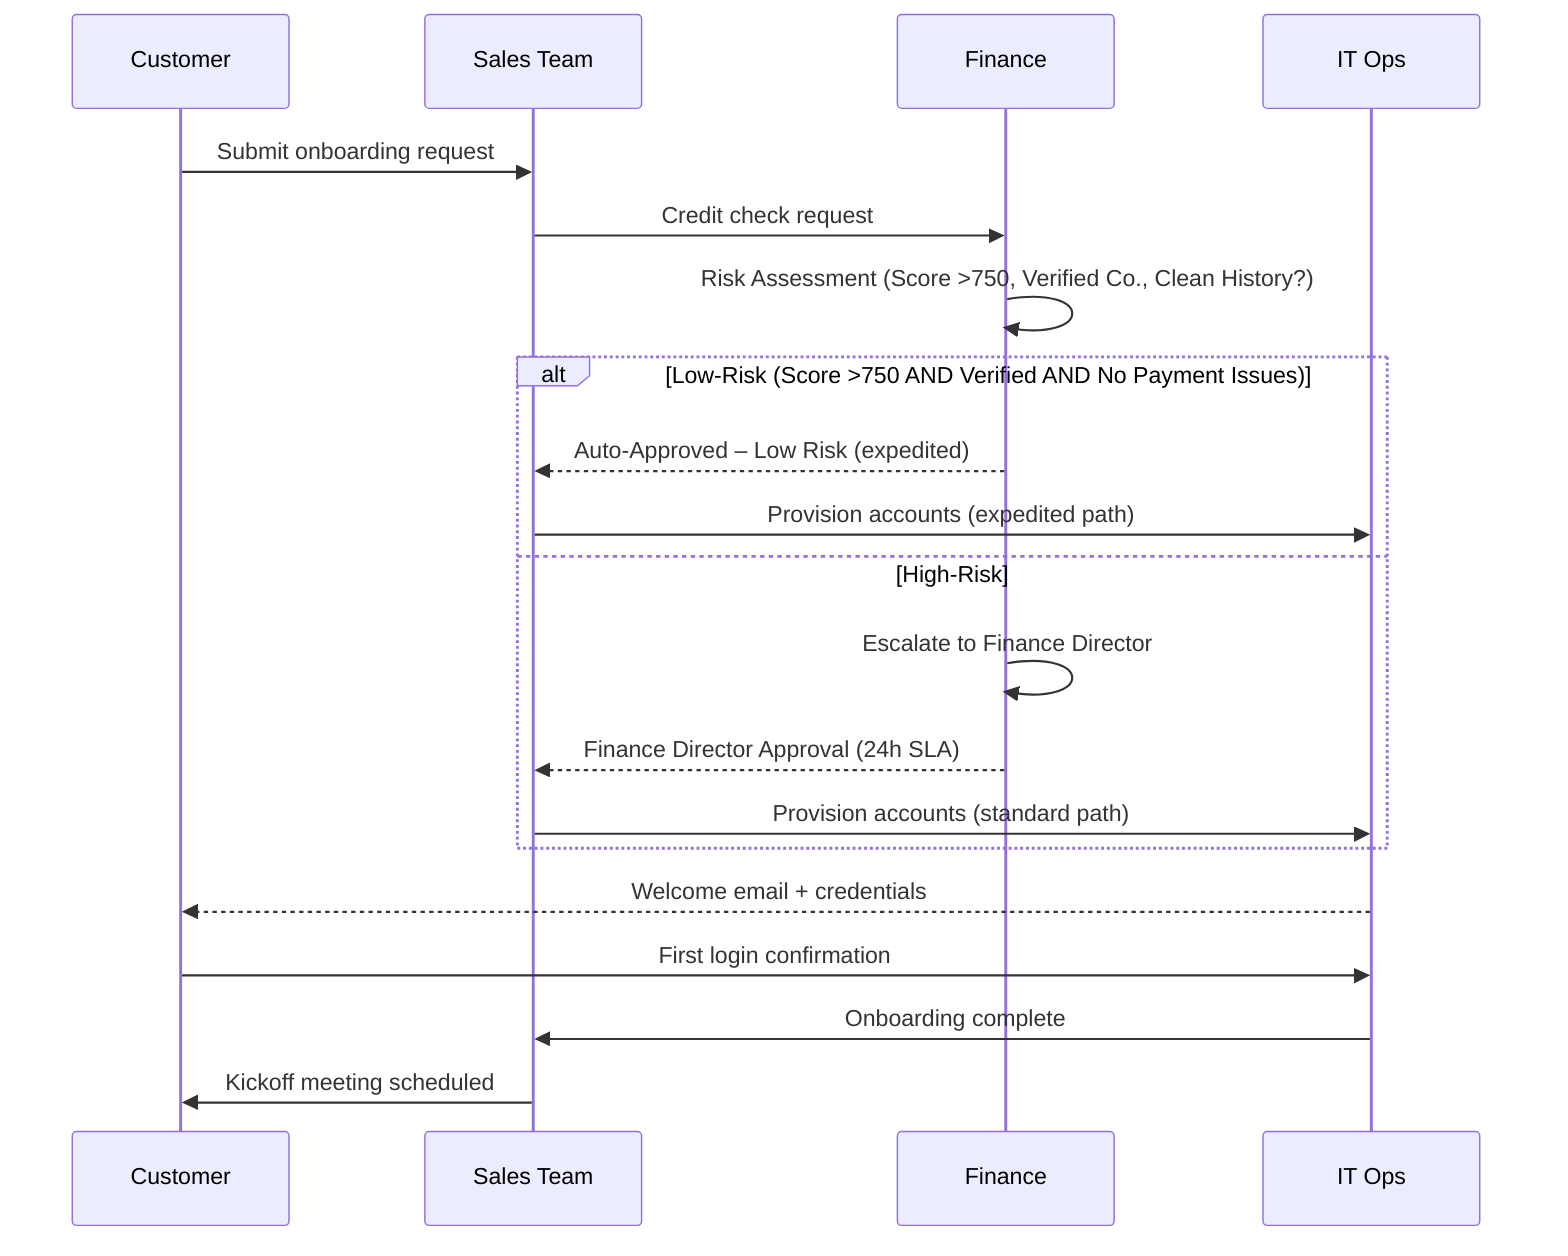
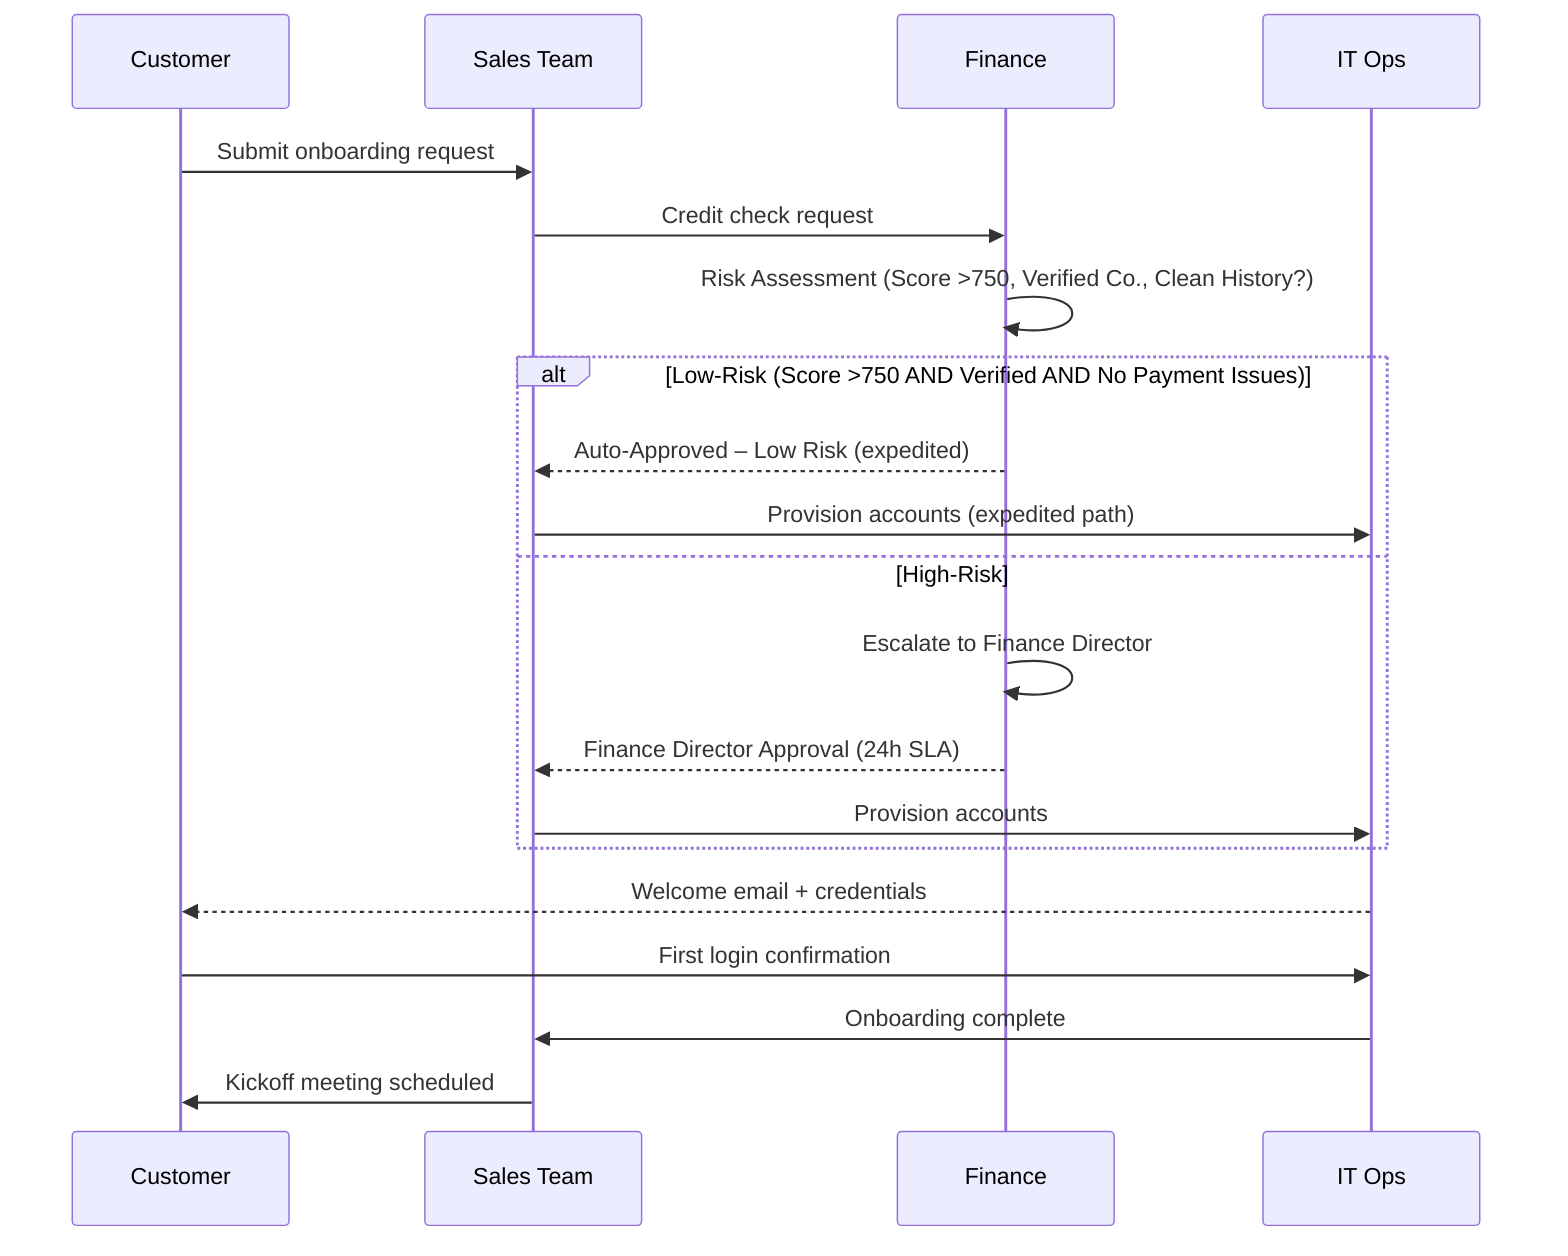
sequenceDiagram
    participant C as Customer
    participant S as Sales Team
    participant F as Finance
    participant IT as IT Ops

    C->>S: Submit onboarding request
    S->>F: Credit check request
    %% ⚡ CHANGED SECTION — Added risk assessment decision with expedited path for low-risk customers
    F->>F: Risk Assessment (Score >750, Verified Co., Clean History?)

    alt Low-Risk (Score >750 AND Verified AND No Payment Issues)
        F-->>S: Auto-Approved – Low Risk (expedited)
        S->>IT: Provision accounts (expedited path)
    else High-Risk
        F->>F: Escalate to Finance Director
        F-->>S: Finance Director Approval (24h SLA)
-         S->>IT: Provision accounts (standard path)
+         S->>IT: Provision accounts
    end
    %% END CHANGED SECTION
    IT-->>C: Welcome email + credentials
    C->>IT: First login confirmation
    IT->>S: Onboarding complete
    S->>C: Kickoff meeting scheduled

%% EXPLANATION:
- %% Replaced the single Finance approval response with a risk assessment step within Finance that evaluates three criteria (credit score >750, verified company status, clean payment history). An `alt` block splits the flow: low-risk customers receive automatic approval and proceed directly to account provisioning via an expedited path, while high-risk customers are escalated to the Finance Director for manual approval under the existing 24h SLA before provisioning continues. All downstream steps remain unchanged.+ %% Replaced the single Finance approval step with a risk assessment decision point inside Finance. An `alt`/`else` block now branches the flow: low-risk customers (credit score >750, verified company status, no payment history issues) receive automatic approval and proceed directly to account provisioning via an expedited path, while high-risk customers are escalated to the Finance Director for the existing 24h SLA approval workflow. Both paths converge at account provisioning and continue through the same welcome/login/kickoff sequence.